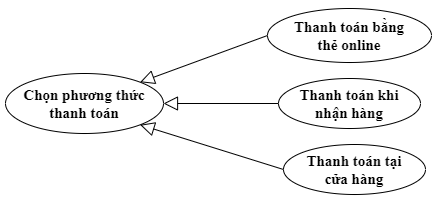
khuevotan/TaiCamRanh_DATN keeps this draw.io diagram as SODO/Usecase/Thanh toán.drawio.png. Above is the earlier version. Source tidied: cells renumbered, new cells last; positions are measured from the earlier drawing's top-left corner, leaving out a move shared by most shapes.
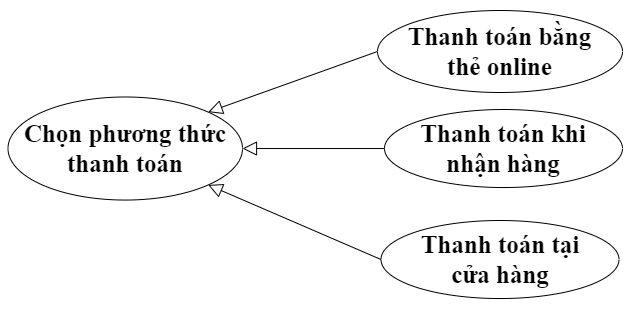
The same file after the commit.

Diff of the diagram source:
```diff
@@ -2,26 +2,26 @@
   <root>
     <mxCell id="0" />
     <mxCell id="1" parent="0" />
-    <mxCell id="2" value="Chọn phương thức thanh toán" style="ellipse;whiteSpace=wrap;html=1;fontSize=15;fontFamily=Times New Roman;fontStyle=1;" parent="1" vertex="1">
-      <mxGeometry y="65" width="158" height="60" as="geometry" />
-    </mxCell>
+    <mxCell id="8" style="edgeStyle=none;html=1;endArrow=block;endFill=0;endSize=12;verticalAlign=bottom;rounded=0;fontStyle=1;fontSize=26;fontFamily=Times New Roman;entryX=1;entryY=0;entryDx=0;entryDy=0;exitX=0;exitY=0.5;exitDx=0;exitDy=0;" parent="1" edge="1" source="3" target="2">
+      <mxGeometry relative="1" as="geometry" />
+    </mxCell>
-    <mxCell id="3" value="Thanh toán bằng &lt;br&gt;thẻ online" style="ellipse;whiteSpace=wrap;html=1;fontSize=15;fontFamily=Times New Roman;fontStyle=1;" parent="1" vertex="1">
-      <mxGeometry x="262" width="164" height="54" as="geometry" />
+    <mxCell id="3" value="&lt;b style=&quot;font-size: 25px;&quot;&gt;Thanh toán bằng &lt;br&gt;thẻ online&lt;br&gt;&lt;/b&gt;" style="ellipse;whiteSpace=wrap;html=1;fontSize=25;fontFamily=Times New Roman;" parent="1" vertex="1">
+      <mxGeometry x="293" y="223" width="245" height="82" as="geometry" />
     </mxCell>
-    <mxCell id="4" value="Thanh toán khi &lt;br style=&quot;font-size: 15px;&quot;&gt;nhận hàng" style="ellipse;whiteSpace=wrap;html=1;fontSize=15;fontFamily=Times New Roman;fontStyle=1;" parent="1" vertex="1">
-      <mxGeometry x="273" y="70" width="142" height="50" as="geometry" />
+    <mxCell id="4" value="&lt;b style=&quot;border-color: var(--border-color);&quot;&gt;Thanh toán khi&lt;br&gt;nhận hàng&lt;br&gt;&lt;/b&gt;" style="ellipse;whiteSpace=wrap;html=1;fontSize=25;fontFamily=Times New Roman;fontStyle=1;" parent="1" vertex="1">
+      <mxGeometry x="300" y="322" width="238" height="78" as="geometry" />
     </mxCell>
-    <mxCell id="5" style="edgeStyle=none;html=1;endArrow=block;endFill=0;endSize=12;verticalAlign=bottom;rounded=0;fontStyle=1;fontSize=15;fontFamily=Times New Roman;entryX=1;entryY=0;entryDx=0;entryDy=0;exitX=0;exitY=0.5;exitDx=0;exitDy=0;" parent="1" edge="1" source="3" target="2">
-      <mxGeometry relative="1" as="geometry" />
-    </mxCell>
+    <mxCell id="2" value="Chọn phương thức&lt;br&gt;thanh toán" style="ellipse;whiteSpace=wrap;html=1;fontSize=25;fontFamily=Times New Roman;fontStyle=1;" parent="1" vertex="1">
+      <mxGeometry x="-76.5" y="309.5" width="234.5" height="103.1" as="geometry" />
+    </mxCell>
-    <mxCell id="6" value="Thanh toán tại &lt;br&gt;cửa hàng" style="ellipse;whiteSpace=wrap;html=1;fontSize=15;fontFamily=Times New Roman;fontStyle=1;" parent="1" vertex="1">
-      <mxGeometry x="278" y="136" width="142" height="50" as="geometry" />
+    <mxCell id="6" value="&lt;b style=&quot;border-color: var(--border-color);&quot;&gt;Thanh toán tại &lt;br&gt;cửa hàng&lt;br&gt;&lt;/b&gt;" style="ellipse;whiteSpace=wrap;html=1;fontSize=25;fontFamily=Times New Roman;fontStyle=1;" parent="1" vertex="1">
+      <mxGeometry x="296.5" y="433" width="238" height="78" as="geometry" />
     </mxCell>
-    <mxCell id="7" style="edgeStyle=none;html=1;endArrow=block;endFill=0;endSize=12;verticalAlign=bottom;rounded=0;fontStyle=1;fontSize=15;fontFamily=Times New Roman;entryX=1;entryY=0.5;entryDx=0;entryDy=0;exitX=0;exitY=0.5;exitDx=0;exitDy=0;" parent="1" edge="1" source="4" target="2">
+    <mxCell id="7" style="edgeStyle=none;html=1;endArrow=block;endFill=0;endSize=12;verticalAlign=bottom;rounded=0;fontStyle=1;fontSize=26;fontFamily=Times New Roman;exitX=0;exitY=0.5;exitDx=0;exitDy=0;entryX=1;entryY=0.5;entryDx=0;entryDy=0;" parent="1" edge="1" source="4" target="2">
       <mxGeometry relative="1" as="geometry" />
     </mxCell>
-    <mxCell id="8" style="edgeStyle=none;html=1;endArrow=block;endFill=0;endSize=12;verticalAlign=bottom;rounded=0;fontStyle=1;fontSize=15;fontFamily=Times New Roman;entryX=1;entryY=1;entryDx=0;entryDy=0;exitX=0;exitY=0.5;exitDx=0;exitDy=0;" parent="1" edge="1" source="6" target="2">
-      <mxGeometry relative="1" as="geometry" />
-    </mxCell>
+    <mxCell id="9" style="edgeStyle=none;html=1;endArrow=block;endFill=0;endSize=12;verticalAlign=bottom;rounded=0;fontStyle=1;fontSize=26;fontFamily=Times New Roman;entryX=1;entryY=1;entryDx=0;entryDy=0;exitX=0;exitY=0.5;exitDx=0;exitDy=0;" parent="1" edge="1" source="6" target="2">
+      <mxGeometry relative="1" as="geometry" />
+    </mxCell>
   </root>
 </mxGraphModel>
```
